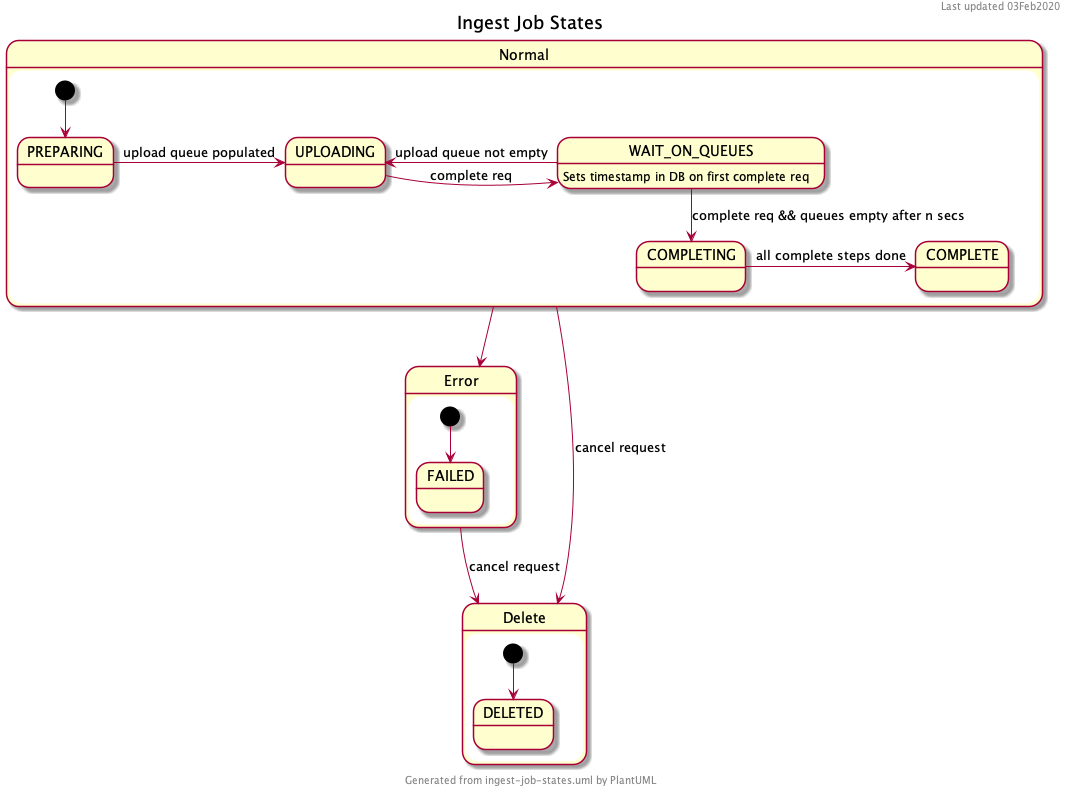
Earlier version of the PlantUML export docs/ingest/ingest-job-states.png (jhuapl-boss/boss-manage).
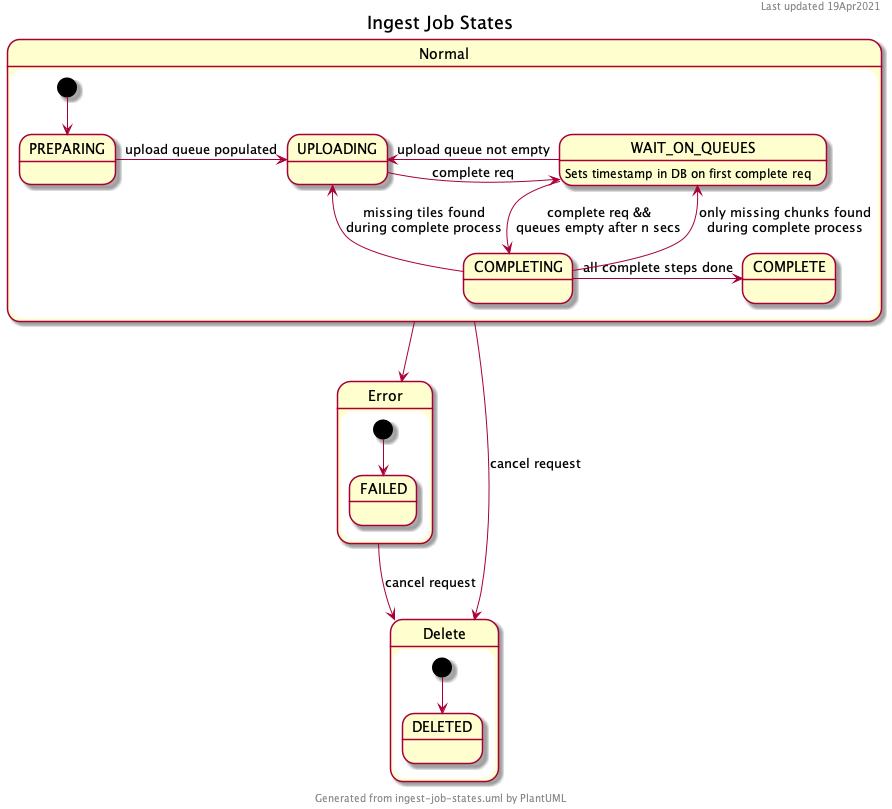
The same file after the commit.

What changed in the source:
```diff
@@ -1,34 +1,36 @@
 @startuml
 
-header Last updated 03Feb2020
+header Last updated 19Apr2021
 footer Generated from ingest-job-states.uml by PlantUML
 title Ingest Job States
 
 state Normal {
-[*] --> PREPARING
+    [*] --> PREPARING
 
-PREPARING -> UPLOADING : upload queue populated
+    PREPARING -> UPLOADING : upload queue populated
 
-UPLOADING -> WAIT_ON_QUEUES : complete req
+    UPLOADING -> WAIT_ON_QUEUES : complete req
 
-WAIT_ON_QUEUES : Sets timestamp in DB on first complete req
-WAIT_ON_QUEUES --> COMPLETING : complete req && queues empty after n secs
-WAIT_ON_QUEUES -> UPLOADING : upload queue not empty
+    WAIT_ON_QUEUES : Sets timestamp in DB on first complete req
+    WAIT_ON_QUEUES --> COMPLETING : complete req &&\nqueues empty after n secs
+    WAIT_ON_QUEUES -> UPLOADING : upload queue not empty
 
-COMPLETING -> COMPLETE : all complete steps done
+    COMPLETING -> COMPLETE : all complete steps done
+    COMPLETING -> UPLOADING : missing tiles found\nduring complete process
+    COMPLETING -> WAIT_ON_QUEUES : only missing chunks found\nduring complete process
 }
 
 Normal --> Error
 Normal --> Delete : cancel request
 
 state Error {
-[*] --> FAILED
+    [*] --> FAILED
 }
 
 Error --> Delete : cancel request
 
 state Delete {
-[*] --> DELETED
+    [*] --> DELETED
 }
 
 
```
